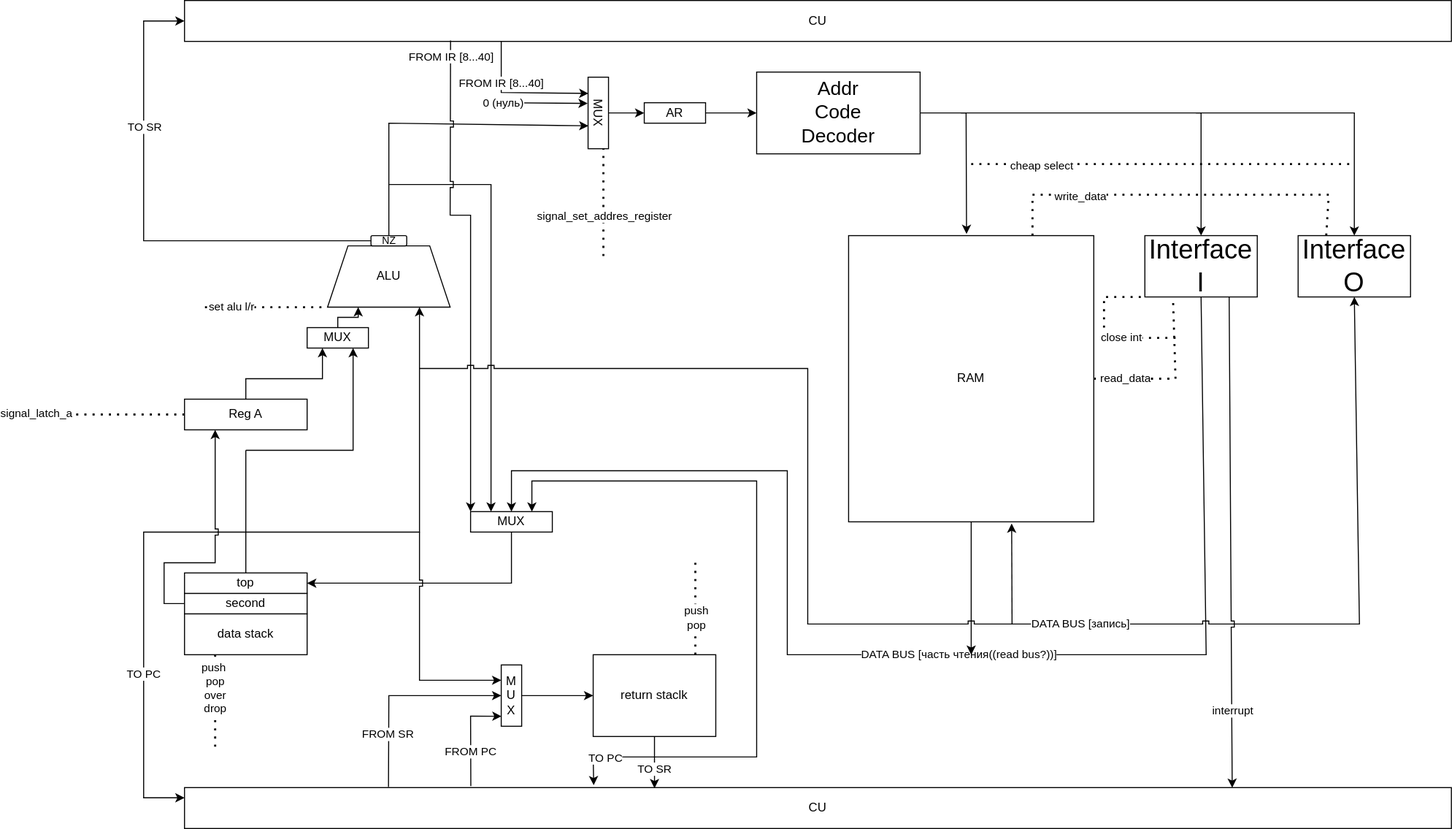
Above: images/4_lab_ak_reborn.drawio.svg in Knedlik-Trdelnik/CSA_ITMO_LAB4_2026 (draw.io), before the change. Source tidied: cells renumbered, new cells last; positions are measured from the earlier drawing's top-left corner, leaving out a move shared by most shapes.
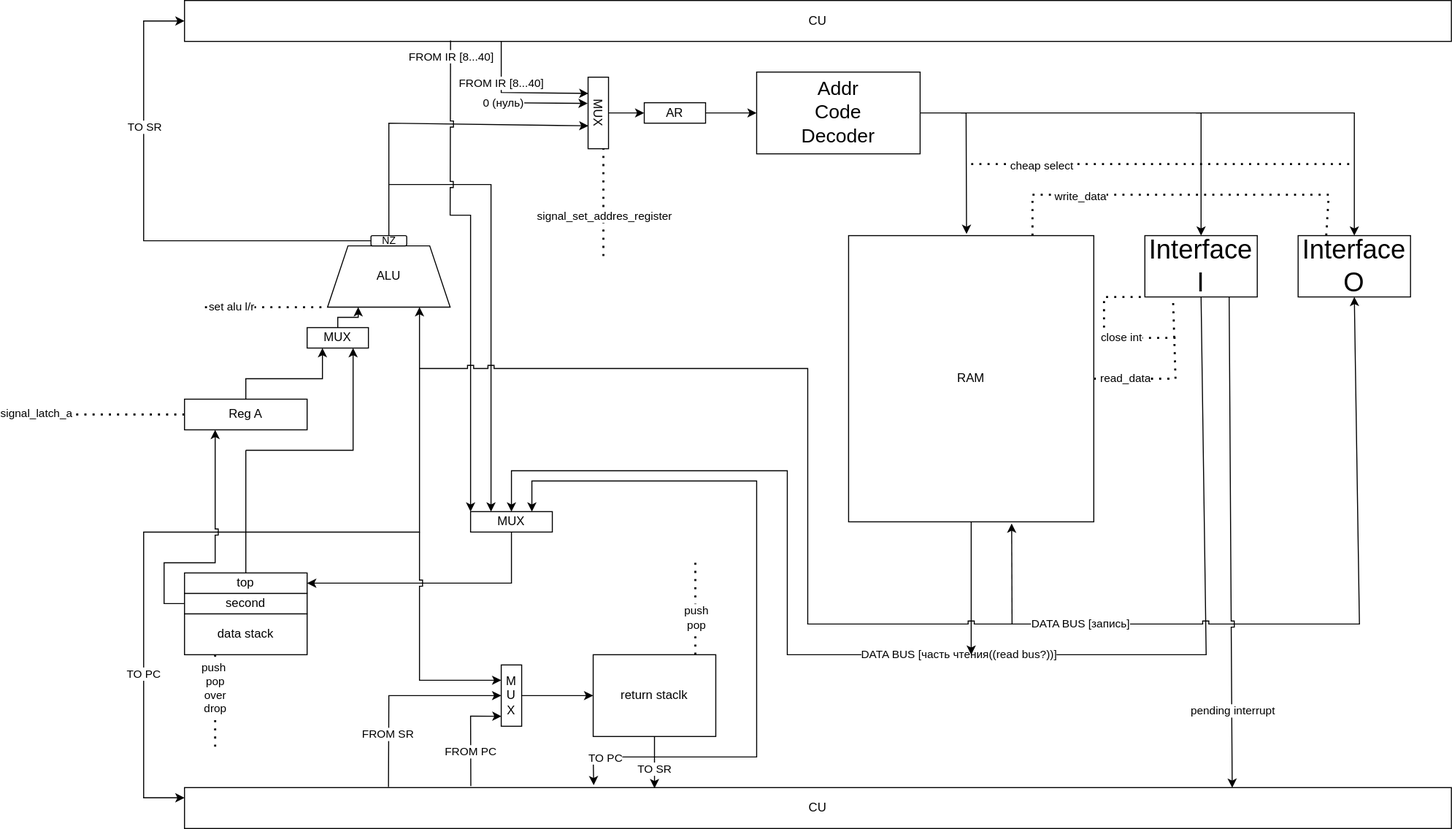
After the change.

Diff of the diagram source:
```diff
@@ -356,7 +356,7 @@
     <mxCell id="72" style="endArrow=classic;html=1;rounded=0;exitX=0.75;exitY=1;exitDx=0;exitDy=0;entryX=0.827;entryY=0.004;entryDx=0;entryDy=0;entryPerimeter=0;jumpStyle=sharp;" parent="1" edge="1" source="25" target="35">
       <mxGeometry relative="1" as="geometry" />
     </mxCell>
-    <mxCell id="73" value="interrupt" style="edgeLabel;html=1;align=center;verticalAlign=middle;" parent="72" vertex="1">
+    <mxCell id="73" value="pending interrupt" style="edgeLabel;html=1;align=center;verticalAlign=middle;" parent="72" vertex="1">
       <mxGeometry x="0.69" y="1" relative="1" as="geometry" />
     </mxCell>
     <mxCell id="74" style="endArrow=none;dashed=1;html=1;dashPattern=1 3;strokeWidth=2;rounded=0;entryX=0;entryY=1;entryDx=0;entryDy=0;" parent="1" edge="1" target="5">
```
